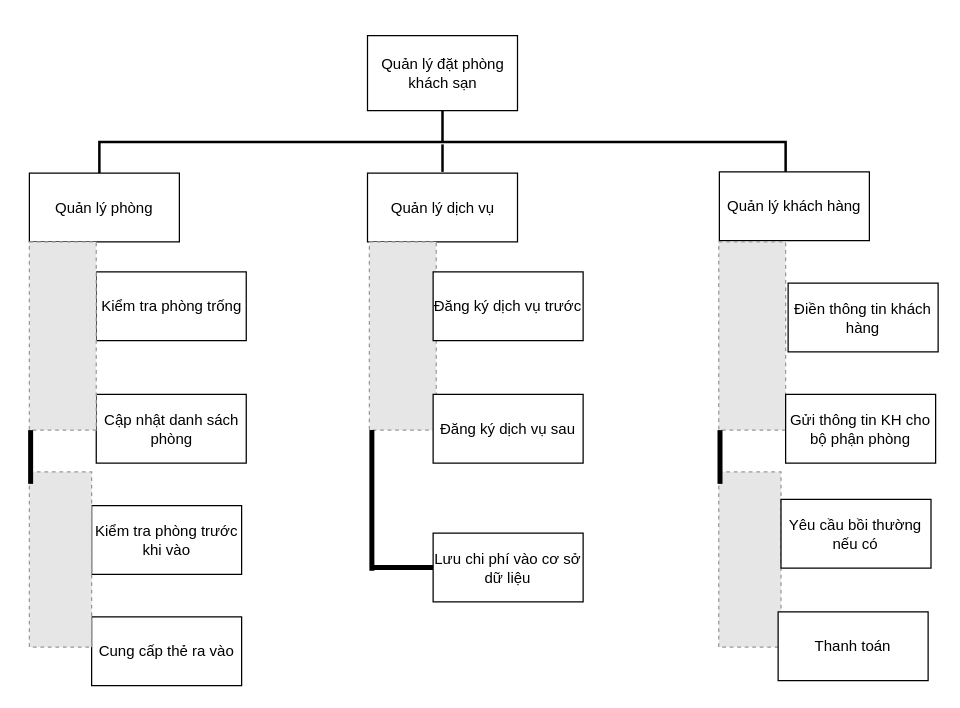
This is chart_3.drawio from gakucode0602/Chart, a draw.io file, before an edit. Source tidied: cells renumbered, new cells numbered last; positions are measured from the earlier drawing's top-left corner, leaving out a move shared by most shapes. Both pictures are drawn from the tidied source at 125%, with x=0, y=0 at pixel (24, 35). Pictures stored in the file or linked from it are replaced by grey dashed boxes.
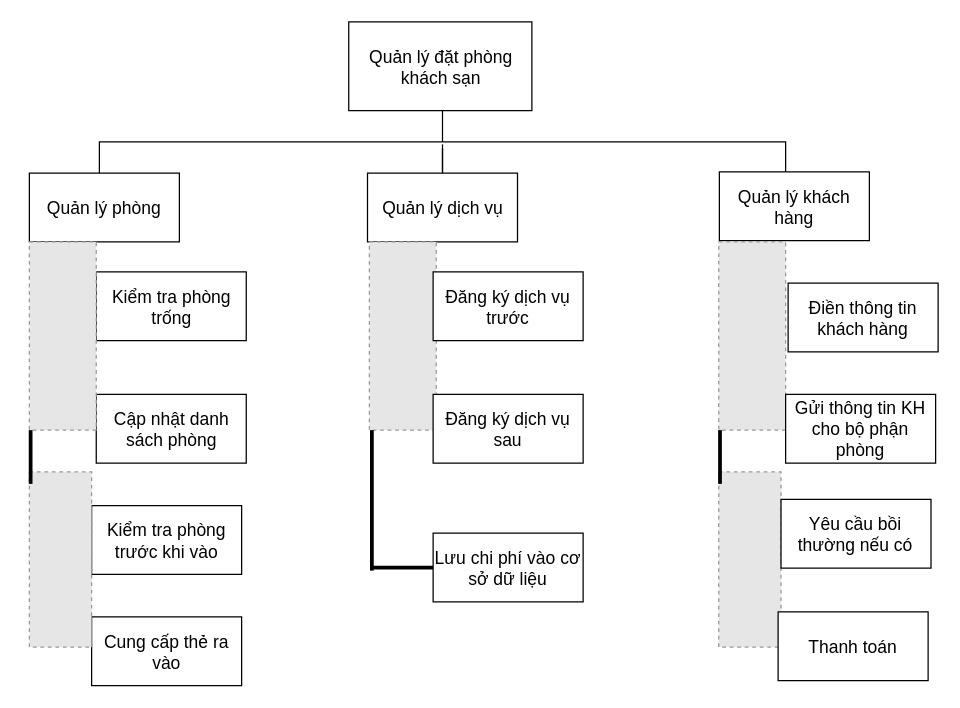
The same page after the edit.

Commit message (it also covers changes not shown here):
Cập nhật chart_3.drawio

Diff of the diagram source:
```diff
@@
-    <mxCell id="2" value="Quản lý đặt phòng khách sạn" style="rounded=0;whiteSpace=wrap;html=1;" parent="1" vertex="1">
-      <mxGeometry x="274.5" width="120" height="60" as="geometry" />
+    <mxCell id="2" value="Quản lý đặt phòng khách sạn" style="rounded=0;whiteSpace=wrap;html=1;fontSize=14;strokeWidth=1;" parent="1" vertex="1">
+      <mxGeometry x="259.5" y="-11" width="146.5" height="71" as="geometry" />
     </mxCell>
-    <mxCell id="3" style="strokeWidth=2;html=1;shape=mxgraph.flowchart.annotation_2;align=left;labelPosition=right;direction=south;" parent="1" vertex="1">
+    <mxCell id="3" style="strokeWidth=1;html=1;shape=mxgraph.flowchart.annotation_2;align=left;labelPosition=right;direction=south;fontSize=14;" parent="1" vertex="1">
       <mxGeometry x="60" y="60" width="549" height="50" as="geometry" />
     </mxCell>
-    <mxCell id="4" value="Quản lý phòng" style="rounded=0;whiteSpace=wrap;html=1;" parent="1" vertex="1">
+    <mxCell id="4" value="Quản lý phòng" style="rounded=0;whiteSpace=wrap;html=1;fontSize=14;strokeWidth=1;" parent="1" vertex="1">
       <mxGeometry x="4" y="110" width="120" height="55" as="geometry" />
     </mxCell>
-    <mxCell id="5" value="Quản lý khách hàng" style="rounded=0;whiteSpace=wrap;html=1;" parent="1" vertex="1">
+    <mxCell id="5" value="Quản lý khách hàng" style="rounded=0;whiteSpace=wrap;html=1;fontSize=14;strokeWidth=1;" parent="1" vertex="1">
       <mxGeometry x="556" y="109" width="120" height="55" as="geometry" />
     </mxCell>
+    <mxCell id="29" style="edgeStyle=orthogonalEdgeStyle;rounded=0;jettySize=auto;html=1;" parent="1" edge="1" source="6" target="3">
+      <mxGeometry relative="1" as="geometry" />
+    </mxCell>
-    <mxCell id="6" value="Quản lý dịch vụ" style="rounded=0;whiteSpace=wrap;html=1;" parent="1" vertex="1">
+    <mxCell id="6" value="Quản lý dịch vụ" style="rounded=0;whiteSpace=wrap;html=1;fontSize=14;strokeWidth=1;" parent="1" vertex="1">
       <mxGeometry x="274.5" y="110" width="120" height="55" as="geometry" />
     </mxCell>
-    <mxCell id="7" style="edgeStyle=orthogonalEdgeStyle;rounded=0;orthogonalLoop=1;jettySize=auto;html=1;exitX=1;exitY=0.5;exitDx=0;exitDy=0;exitPerimeter=0;" parent="1" edge="1" source="3" target="3">
+    <mxCell id="7" style="edgeStyle=orthogonalEdgeStyle;rounded=0;orthogonalLoop=1;jettySize=auto;html=1;exitX=1;exitY=0.5;exitDx=0;exitDy=0;exitPerimeter=0;fontSize=14;strokeWidth=1;" parent="1" edge="1" source="3" target="3">
       <mxGeometry relative="1" as="geometry" />
     </mxCell>
-    <mxCell id="8" style="line;strokeWidth=2;direction=south;html=1;" parent="1" vertex="1">
+    <mxCell id="8" style="line;strokeWidth=1;direction=south;html=1;fontSize=14;" parent="1" vertex="1">
       <mxGeometry x="329.5" y="87" width="10" height="22" as="geometry" />
     </mxCell>
-    <mxCell id="9" value="Kiểm tra phòng trống" style="rounded=0;whiteSpace=wrap;html=1;" parent="1" vertex="1">
+    <mxCell id="9" value="Kiểm tra phòng trống" style="rounded=0;whiteSpace=wrap;html=1;fontSize=14;strokeWidth=1;" parent="1" vertex="1">
       <mxGeometry x="57.5" y="189" width="120" height="55" as="geometry" />
     </mxCell>
-    <mxCell id="10" value="Cập nhật danh sách phòng" style="rounded=0;whiteSpace=wrap;html=1;" parent="1" vertex="1">
+    <mxCell id="10" value="Cập nhật danh sách phòng" style="rounded=0;whiteSpace=wrap;html=1;fontSize=14;strokeWidth=1;" parent="1" vertex="1">
       <mxGeometry x="57.5" y="287" width="120" height="55" as="geometry" />
     </mxCell>
-    <mxCell id="11" value="Cung cấp thẻ ra vào" style="rounded=0;whiteSpace=wrap;html=1;" parent="1" vertex="1">
+    <mxCell id="11" value="Cung cấp thẻ ra vào" style="rounded=0;whiteSpace=wrap;html=1;fontSize=14;strokeWidth=1;" parent="1" vertex="1">
       <mxGeometry x="53.8" y="465" width="120" height="55" as="geometry" />
     </mxCell>
-    <mxCell id="12" value="Kiểm tra phòng trước khi vào" style="rounded=0;whiteSpace=wrap;html=1;" parent="1" vertex="1">
+    <mxCell id="12" value="Kiểm tra phòng trước khi vào" style="rounded=0;whiteSpace=wrap;html=1;fontSize=14;strokeWidth=1;" parent="1" vertex="1">
       <mxGeometry x="53.8" y="376" width="120" height="55" as="geometry" />
     </mxCell>
-    <mxCell id="13" style="fillColor=#E6E6E6;strokeColor=#999999;dashed=1;verticalLabelPosition=bottom;labelBackgroundColor=default;verticalAlign=top;" parent="1" vertex="1">
+    <mxCell id="13" style="fillColor=#E6E6E6;strokeColor=#999999;dashed=1;verticalLabelPosition=bottom;labelBackgroundColor=default;verticalAlign=top;fontSize=14;" parent="1" vertex="1">
       <mxGeometry x="4" y="165" width="53.5" height="150.6" as="geometry" />
     </mxCell>
-    <mxCell id="14" style="fillColor=#E6E6E6;strokeColor=#999999;dashed=1;verticalLabelPosition=bottom;labelBackgroundColor=default;verticalAlign=top;" parent="1" vertex="1">
+    <mxCell id="14" style="fillColor=#E6E6E6;strokeColor=#999999;dashed=1;verticalLabelPosition=bottom;labelBackgroundColor=default;verticalAlign=top;fontSize=14;" parent="1" vertex="1">
       <mxGeometry x="4" y="349" width="49.8" height="140.2" as="geometry" />
     </mxCell>
-    <mxCell id="15" style="line;strokeWidth=4;direction=south;html=1;perimeter=backbonePerimeter;" parent="1" vertex="1">
+    <mxCell id="15" style="line;strokeWidth=3;direction=south;html=1;perimeter=backbonePerimeter;fontSize=14;" parent="1" vertex="1">
       <mxGeometry y="315.6" width="10" height="43" as="geometry" />
     </mxCell>
-    <mxCell id="16" style="fillColor=#E6E6E6;strokeColor=#999999;dashed=1;verticalLabelPosition=bottom;labelBackgroundColor=default;verticalAlign=top;" parent="1" vertex="1">
+    <mxCell id="16" style="fillColor=#E6E6E6;strokeColor=#999999;dashed=1;verticalLabelPosition=bottom;labelBackgroundColor=default;verticalAlign=top;fontSize=14;" parent="1" vertex="1">
       <mxGeometry x="276" y="165" width="53.5" height="150.6" as="geometry" />
     </mxCell>
-    <mxCell id="17" style="line;strokeWidth=4;direction=south;html=1;perimeter=backbonePerimeter;" parent="1" vertex="1">
+    <mxCell id="17" style="line;strokeWidth=3;direction=south;html=1;perimeter=backbonePerimeter;fontSize=14;" parent="1" vertex="1">
       <mxGeometry x="272" y="315.6" width="12" height="112.4" as="geometry" />
     </mxCell>
-    <mxCell id="18" style="fillColor=#E6E6E6;strokeColor=#999999;dashed=1;verticalLabelPosition=bottom;labelBackgroundColor=default;verticalAlign=top;" parent="1" vertex="1">
+    <mxCell id="18" style="fillColor=#E6E6E6;strokeColor=#999999;dashed=1;verticalLabelPosition=bottom;labelBackgroundColor=default;verticalAlign=top;fontSize=14;" parent="1" vertex="1">
       <mxGeometry x="555.5" y="165" width="53.5" height="150.6" as="geometry" />
     </mxCell>
-    <mxCell id="19" style="fillColor=#E6E6E6;strokeColor=#999999;dashed=1;verticalLabelPosition=bottom;labelBackgroundColor=default;verticalAlign=top;" parent="1" vertex="1">
+    <mxCell id="19" style="fillColor=#E6E6E6;strokeColor=#999999;dashed=1;verticalLabelPosition=bottom;labelBackgroundColor=default;verticalAlign=top;fontSize=14;" parent="1" vertex="1">
       <mxGeometry x="555.5" y="349" width="49.8" height="140.2" as="geometry" />
     </mxCell>
-    <mxCell id="20" style="line;strokeWidth=4;direction=south;html=1;perimeter=backbonePerimeter;" parent="1" vertex="1">
+    <mxCell id="20" style="line;strokeWidth=3;direction=south;html=1;perimeter=backbonePerimeter;fontSize=14;" parent="1" vertex="1">
       <mxGeometry x="551.5" y="315.6" width="10" height="43" as="geometry" />
     </mxCell>
-    <mxCell id="21" style="line;strokeWidth=4;html=1;perimeter=backbonePerimeter;" parent="1" vertex="1">
+    <mxCell id="21" style="line;strokeWidth=3;html=1;perimeter=backbonePerimeter;fontSize=14;" parent="1" vertex="1">
       <mxGeometry x="278" y="420.5" width="49" height="10" as="geometry" />
     </mxCell>
-    <mxCell id="22" value="Lưu chi phí vào cơ sở dữ liệu" style="rounded=0;whiteSpace=wrap;html=1;" parent="1" vertex="1">
+    <mxCell id="22" value="Lưu chi phí vào cơ sở dữ liệu" style="rounded=0;whiteSpace=wrap;html=1;fontSize=14;strokeWidth=1;" parent="1" vertex="1">
       <mxGeometry x="327" y="398" width="120" height="55" as="geometry" />
     </mxCell>
-    <mxCell id="23" value="Đăng ký dịch vụ sau" style="rounded=0;whiteSpace=wrap;html=1;" parent="1" vertex="1">
+    <mxCell id="23" value="Đăng ký dịch vụ sau" style="rounded=0;whiteSpace=wrap;html=1;fontSize=14;strokeWidth=1;" parent="1" vertex="1">
       <mxGeometry x="327" y="287" width="120" height="55" as="geometry" />
     </mxCell>
-    <mxCell id="24" value="Đăng ký dịch vụ trước" style="rounded=0;whiteSpace=wrap;html=1;" parent="1" vertex="1">
+    <mxCell id="24" value="Đăng ký dịch vụ trước" style="rounded=0;whiteSpace=wrap;html=1;fontSize=14;strokeWidth=1;" parent="1" vertex="1">
       <mxGeometry x="327" y="189" width="120" height="55" as="geometry" />
     </mxCell>
-    <mxCell id="25" value="Điền thông tin khách hàng" style="rounded=0;whiteSpace=wrap;html=1;" parent="1" vertex="1">
+    <mxCell id="25" value="Điền thông tin khách hàng" style="rounded=0;whiteSpace=wrap;html=1;fontSize=14;strokeWidth=1;" parent="1" vertex="1">
       <mxGeometry x="611" y="198" width="120" height="55" as="geometry" />
     </mxCell>
-    <mxCell id="26" value="Gửi thông tin KH cho bộ phận phòng" style="rounded=0;whiteSpace=wrap;html=1;" parent="1" vertex="1">
+    <mxCell id="26" value="Gửi thông tin KH cho bộ phận phòng" style="rounded=0;whiteSpace=wrap;html=1;fontSize=14;strokeWidth=1;" parent="1" vertex="1">
       <mxGeometry x="609" y="287" width="120" height="55" as="geometry" />
     </mxCell>
-    <mxCell id="27" value="Yêu cầu bồi thường nếu có" style="rounded=0;whiteSpace=wrap;html=1;" parent="1" vertex="1">
+    <mxCell id="27" value="Yêu cầu bồi thường nếu có" style="rounded=0;whiteSpace=wrap;html=1;fontSize=14;strokeWidth=1;" parent="1" vertex="1">
       <mxGeometry x="605.3" y="371" width="120" height="55" as="geometry" />
     </mxCell>
-    <mxCell id="28" value="Thanh toán" style="rounded=0;whiteSpace=wrap;html=1;" parent="1" vertex="1">
+    <mxCell id="28" value="Thanh toán" style="rounded=0;whiteSpace=wrap;html=1;fontSize=14;strokeWidth=1;" parent="1" vertex="1">
       <mxGeometry x="603" y="461" width="120" height="55" as="geometry" />
     </mxCell>
```
